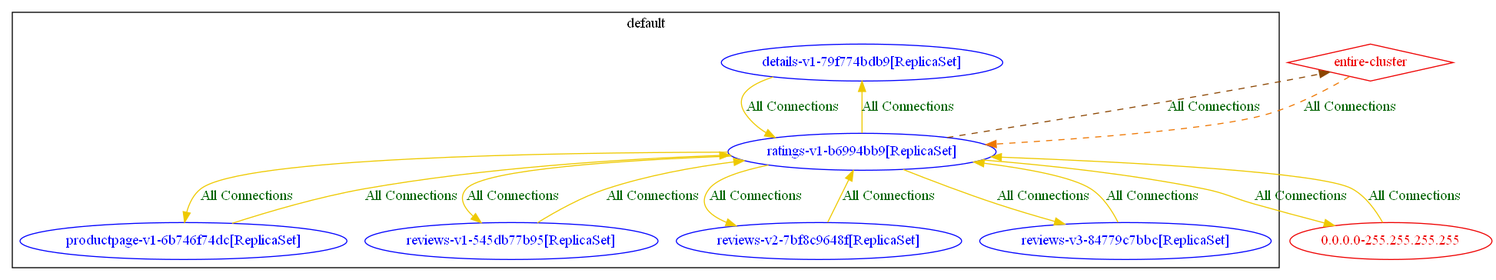
The Graphviz diagram test_outputs/connlist/k8s_ingress_test_focus_workload_ratings-v1-b6994bb9_exposure_output.dot.png in np-guard/netpol-analyzer, before a commit. Its source is kept beside it as test_outputs/connlist/k8s_ingress_test_focus_workload_ratings-v1-b6994bb9_exposure_output.dot.
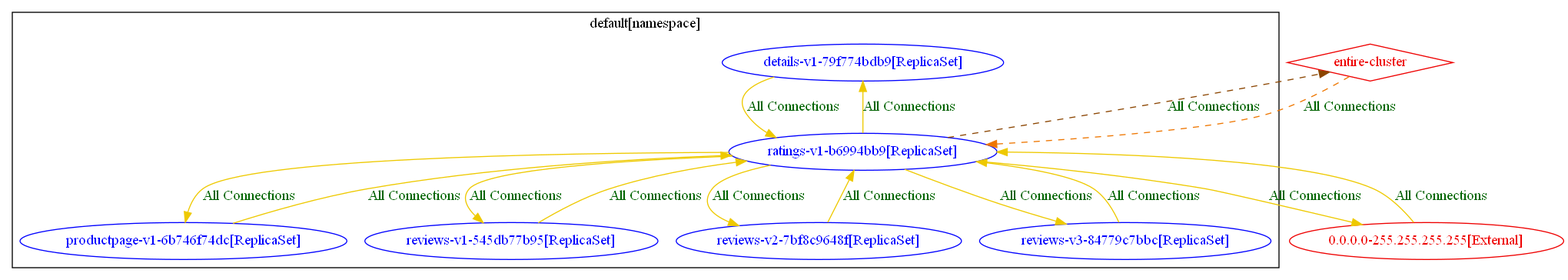
After the change.

What changed in the source:
```diff
@@ -1,5 +1,5 @@
 digraph {
-	subgraph "cluster_default" {
+	subgraph "cluster_default[namespace]" {
 		color="black"
 		fontcolor="black"
 		"default/details-v1-79f774bdb9[ReplicaSet]" [label="details-v1-79f774bdb9[ReplicaSet]" color="blue" fontcolor="blue"]
@@ -8,14 +8,14 @@
 		"default/reviews-v1-545db77b95[ReplicaSet]" [label="reviews-v1-545db77b95[ReplicaSet]" color="blue" fontcolor="blue"]
 		"default/reviews-v2-7bf8c9648f[ReplicaSet]" [label="reviews-v2-7bf8c9648f[ReplicaSet]" color="blue" fontcolor="blue"]
 		"default/reviews-v3-84779c7bbc[ReplicaSet]" [label="reviews-v3-84779c7bbc[ReplicaSet]" color="blue" fontcolor="blue"]
-		label="default"
+		label="default[namespace]"
 	}
-	"0.0.0.0-255.255.255.255" [label="0.0.0.0-255.255.255.255" color="red2" fontcolor="red2"]
+	"0.0.0.0-255.255.255.255[External]" [label="0.0.0.0-255.255.255.255[External]" color="red2" fontcolor="red2"]
 	"entire-cluster" [label="entire-cluster" color="red2" fontcolor="red2" shape=diamond]
-	"0.0.0.0-255.255.255.255" -> "default/ratings-v1-b6994bb9[ReplicaSet]" [label="All Connections" color="gold2" fontcolor="darkgreen" weight=0.5]
+	"0.0.0.0-255.255.255.255[External]" -> "default/ratings-v1-b6994bb9[ReplicaSet]" [label="All Connections" color="gold2" fontcolor="darkgreen" weight=0.5]
 	"default/details-v1-79f774bdb9[ReplicaSet]" -> "default/ratings-v1-b6994bb9[ReplicaSet]" [label="All Connections" color="gold2" fontcolor="darkgreen" weight=0.5]
 	"default/productpage-v1-6b746f74dc[ReplicaSet]" -> "default/ratings-v1-b6994bb9[ReplicaSet]" [label="All Connections" color="gold2" fontcolor="darkgreen" weight=0.5]
-	"default/ratings-v1-b6994bb9[ReplicaSet]" -> "0.0.0.0-255.255.255.255" [label="All Connections" color="gold2" fontcolor="darkgreen" weight=1]
+	"default/ratings-v1-b6994bb9[ReplicaSet]" -> "0.0.0.0-255.255.255.255[External]" [label="All Connections" color="gold2" fontcolor="darkgreen" weight=1]
 	"default/ratings-v1-b6994bb9[ReplicaSet]" -> "default/details-v1-79f774bdb9[ReplicaSet]" [label="All Connections" color="gold2" fontcolor="darkgreen" weight=1]
 	"default/ratings-v1-b6994bb9[ReplicaSet]" -> "default/productpage-v1-6b746f74dc[ReplicaSet]" [label="All Connections" color="gold2" fontcolor="darkgreen" weight=1]
 	"default/ratings-v1-b6994bb9[ReplicaSet]" -> "default/reviews-v1-545db77b95[ReplicaSet]" [label="All Connections" color="gold2" fontcolor="darkgreen" weight=0.5]
```
